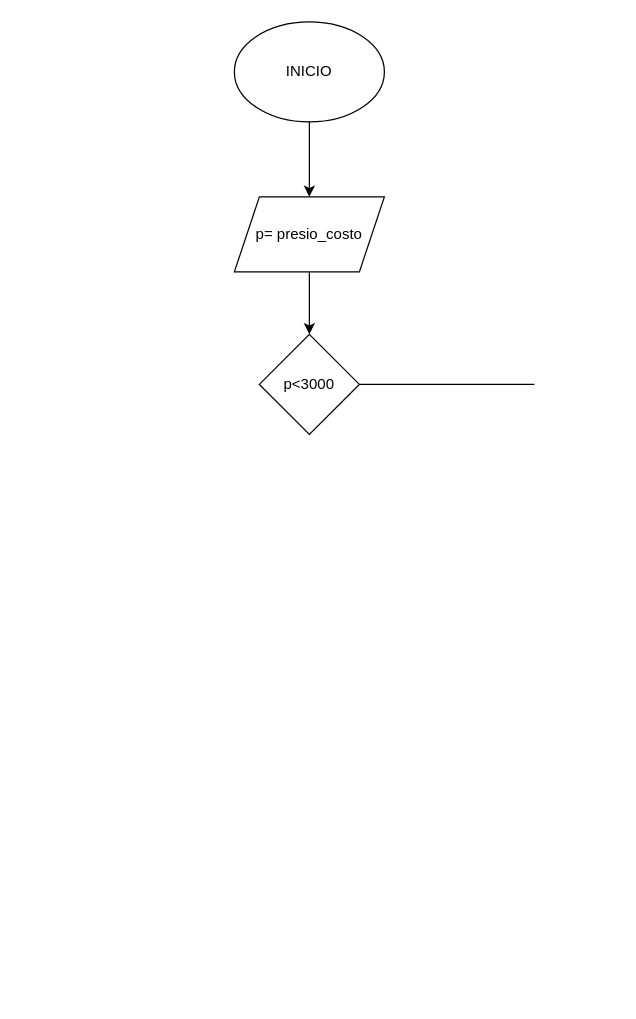
The draw.io diagram ejercicio_3/diagrama.drawio in germanaugusto2/estructuras_condicionales, before the edit. Source tidied: cells renumbered, new cells numbered last; positions are measured from the earlier drawing's top-left corner, leaving out a move shared by most shapes. Both pictures are drawn from the tidied source at 125%, with x=0, y=0 at pixel (234, 21).
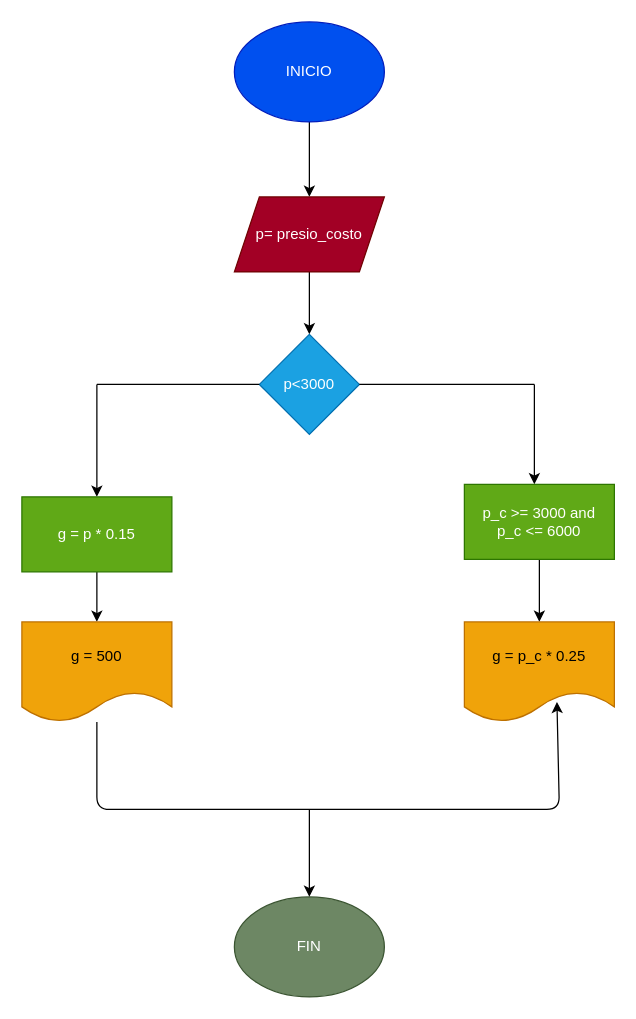
The same diagram, later.

Commit message (it also covers changes not shown here):
se modidfico el README y se agrago el diagrama de flujo

Change to the diagram source:
```diff
@@
-    <mxCell id="3" value="INICIO" style="ellipse;whiteSpace=wrap;html=1;" parent="1" vertex="1">
+    <mxCell id="3" value="INICIO" style="ellipse;whiteSpace=wrap;html=1;fillColor=#0050ef;fontColor=#ffffff;strokeColor=#001DBC;" parent="1" vertex="1">
       <mxGeometry width="120" height="80" as="geometry" />
     </mxCell>
@@
-    <mxCell id="5" value="p= presio_costo" style="shape=parallelogram;perimeter=parallelogramPerimeter;whiteSpace=wrap;html=1;fixedSize=1;" parent="1" vertex="1">
+    <mxCell id="5" value="p= presio_costo" style="shape=parallelogram;perimeter=parallelogramPerimeter;whiteSpace=wrap;html=1;fixedSize=1;fillColor=#a20025;fontColor=#ffffff;strokeColor=#6F0000;" parent="1" vertex="1">
       <mxGeometry y="140" width="120" height="60" as="geometry" />
     </mxCell>
-    <mxCell id="6" value="p&amp;lt;3000" style="rhombus;whiteSpace=wrap;html=1;" parent="1" vertex="1">
+    <mxCell id="6" value="p&amp;lt;3000" style="rhombus;whiteSpace=wrap;html=1;fillColor=#1ba1e2;fontColor=#ffffff;strokeColor=#006EAF;" parent="1" vertex="1">
       <mxGeometry x="20" y="250" width="80" height="80" as="geometry" />
     </mxCell>
@@
+    <mxCell id="8" style="endArrow=classic;html=1;" parent="1" edge="1">
+      <mxGeometry relative="1" as="geometry">
+        <mxPoint x="240" y="290" as="sourcePoint" />
+        <mxPoint x="240" y="370" as="targetPoint" />
+      </mxGeometry>
+    </mxCell>
+    <mxCell id="9" style="endArrow=none;html=1;entryX=0;entryY=0.5;entryDx=0;entryDy=0;" parent="1" edge="1" target="6">
+      <mxGeometry relative="1" as="geometry">
+        <mxPoint x="-110" y="290" as="sourcePoint" />
+      </mxGeometry>
+    </mxCell>
+    <mxCell id="10" style="endArrow=classic;html=1;" parent="1" edge="1">
+      <mxGeometry relative="1" as="geometry">
+        <mxPoint x="-110" y="290" as="sourcePoint" />
+        <mxPoint x="-110" y="380" as="targetPoint" />
+      </mxGeometry>
+    </mxCell>
+    <mxCell id="11" style="edgeStyle=none;html=1;" parent="1" edge="1" source="12">
+      <mxGeometry relative="1" as="geometry">
+        <mxPoint x="-110" y="480" as="targetPoint" />
+      </mxGeometry>
+    </mxCell>
+    <mxCell id="12" value="g = p * 0.15" style="whiteSpace=wrap;html=1;fillColor=#60a917;fontColor=#ffffff;strokeColor=#2D7600;" parent="1" vertex="1">
+      <mxGeometry x="-170" y="380" width="120" height="60" as="geometry" />
+    </mxCell>
+    <mxCell id="13" style="edgeStyle=none;html=1;" parent="1" edge="1" source="14">
+      <mxGeometry relative="1" as="geometry">
+        <mxPoint x="244" y="480" as="targetPoint" />
+      </mxGeometry>
+    </mxCell>
+    <mxCell id="14" value="p_c &amp;gt;= 3000 and&lt;br&gt;p_c &amp;lt;= 6000" style="whiteSpace=wrap;html=1;fillColor=#60a917;fontColor=#ffffff;strokeColor=#2D7600;" parent="1" vertex="1">
+      <mxGeometry x="184" y="370" width="120" height="60" as="geometry" />
+    </mxCell>
+    <mxCell id="15" style="edgeStyle=none;html=1;entryX=0.617;entryY=0.8;entryDx=0;entryDy=0;entryPerimeter=0;" parent="1" edge="1" source="16" target="17">
+      <mxGeometry relative="1" as="geometry">
+        <Array as="points">
+          <mxPoint x="-110" y="630" />
+          <mxPoint x="260" y="630" />
+        </Array>
+      </mxGeometry>
+    </mxCell>
+    <mxCell id="16" value="g = 500" style="shape=document;whiteSpace=wrap;html=1;boundedLbl=1;fillColor=#f0a30a;fontColor=#000000;strokeColor=#BD7000;" parent="1" vertex="1">
+      <mxGeometry x="-170" y="480" width="120" height="80" as="geometry" />
+    </mxCell>
+    <mxCell id="17" value="g = p_c * 0.25" style="shape=document;whiteSpace=wrap;html=1;boundedLbl=1;fillColor=#f0a30a;fontColor=#000000;strokeColor=#BD7000;" parent="1" vertex="1">
+      <mxGeometry x="184" y="480" width="120" height="80" as="geometry" />
+    </mxCell>
+    <mxCell id="18" value="FIN" style="ellipse;whiteSpace=wrap;html=1;fillColor=#6d8764;fontColor=#ffffff;strokeColor=#3A5431;" parent="1" vertex="1">
+      <mxGeometry y="700" width="120" height="80" as="geometry" />
+    </mxCell>
+    <mxCell id="19" style="endArrow=classic;html=1;" parent="1" edge="1">
+      <mxGeometry relative="1" as="geometry">
+        <mxPoint x="60" y="630" as="sourcePoint" />
+        <mxPoint x="60" y="700" as="targetPoint" />
+      </mxGeometry>
+    </mxCell>
```
